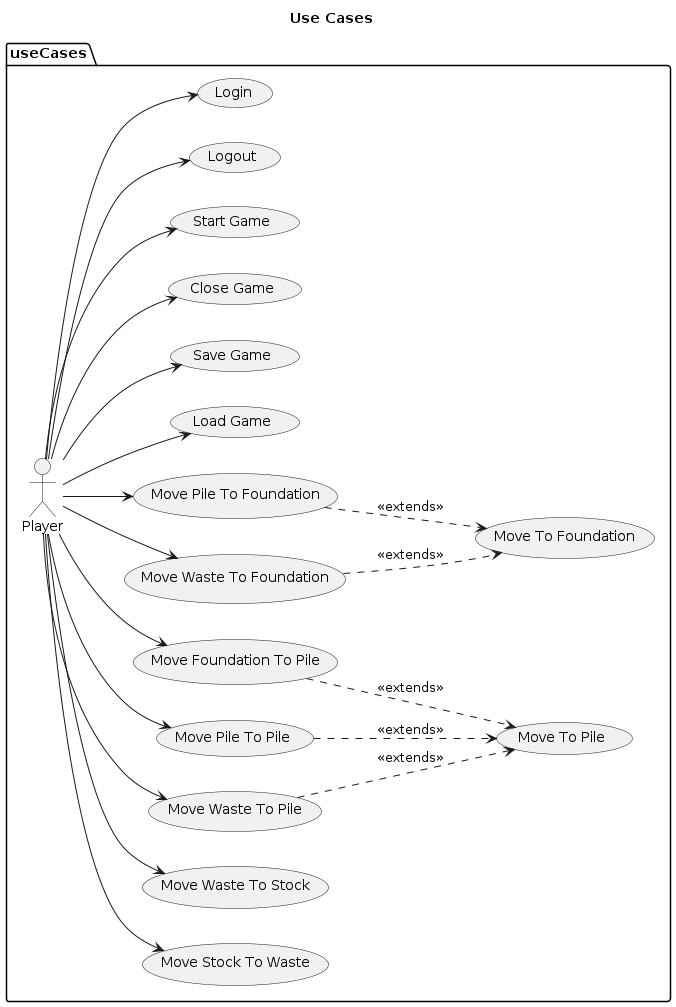
marinasayols/MDWP1RUP-Klondike keeps this PlantUML diagram as 02-requisitos/casos de uso/UseCases.png. Above is the earlier version.
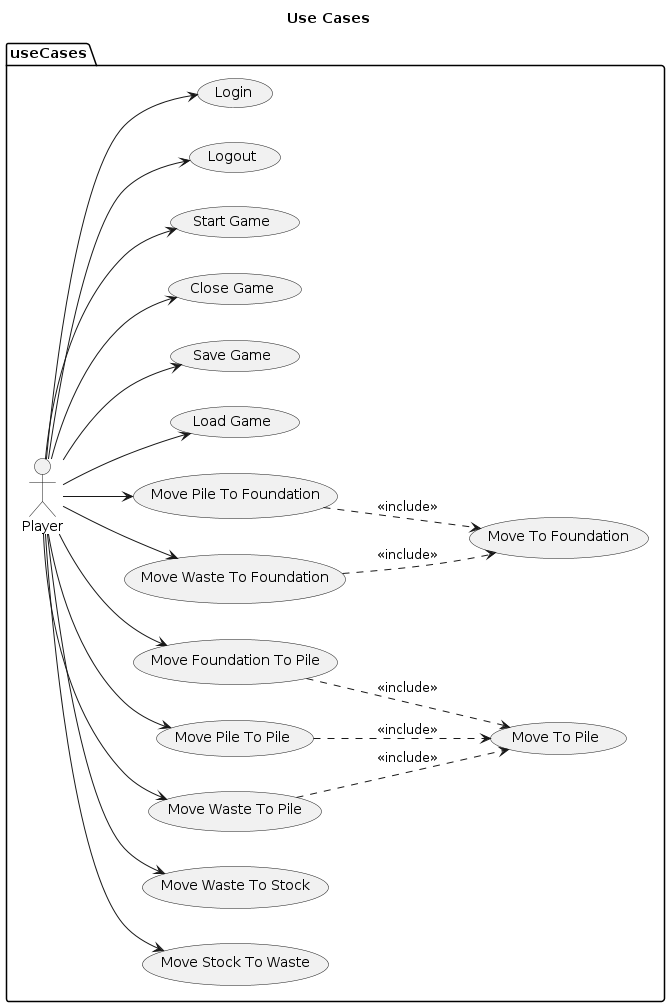
After the change.

Commit message:
Fix <<include>> UseCases

Change to the diagram source:
```diff
@@ -12,15 +12,15 @@
 	p --> (Move Waste To Pile)
 	p --> (Move Pile To Pile)
 	p --> (Move Foundation To Pile)
-	(Move Waste To Pile) ..> (Move To Pile) : <<extends>>
-	(Move Pile To Pile) ..> (Move To Pile) : <<extends>>
-	(Move Foundation To Pile) ..> (Move To Pile) : <<extends>>
+	(Move Waste To Pile) ..> (Move To Pile) : <<include>>
+	(Move Pile To Pile) ..> (Move To Pile) : <<include>>
+	(Move Foundation To Pile) ..> (Move To Pile) : <<include>>
 
 
 	p --> (Move Waste To Foundation)
 	p --> (Move Pile To Foundation)
-	(Move Waste To Foundation) ..> (Move To Foundation) : <<extends>>
-	(Move Pile To Foundation) ..> (Move To Foundation) : <<extends>>
+	(Move Waste To Foundation) ..> (Move To Foundation) : <<include>>
+	(Move Pile To Foundation) ..> (Move To Foundation) : <<include>>
 
 	p --> (Load Game)
 	p --> (Save Game)
```
